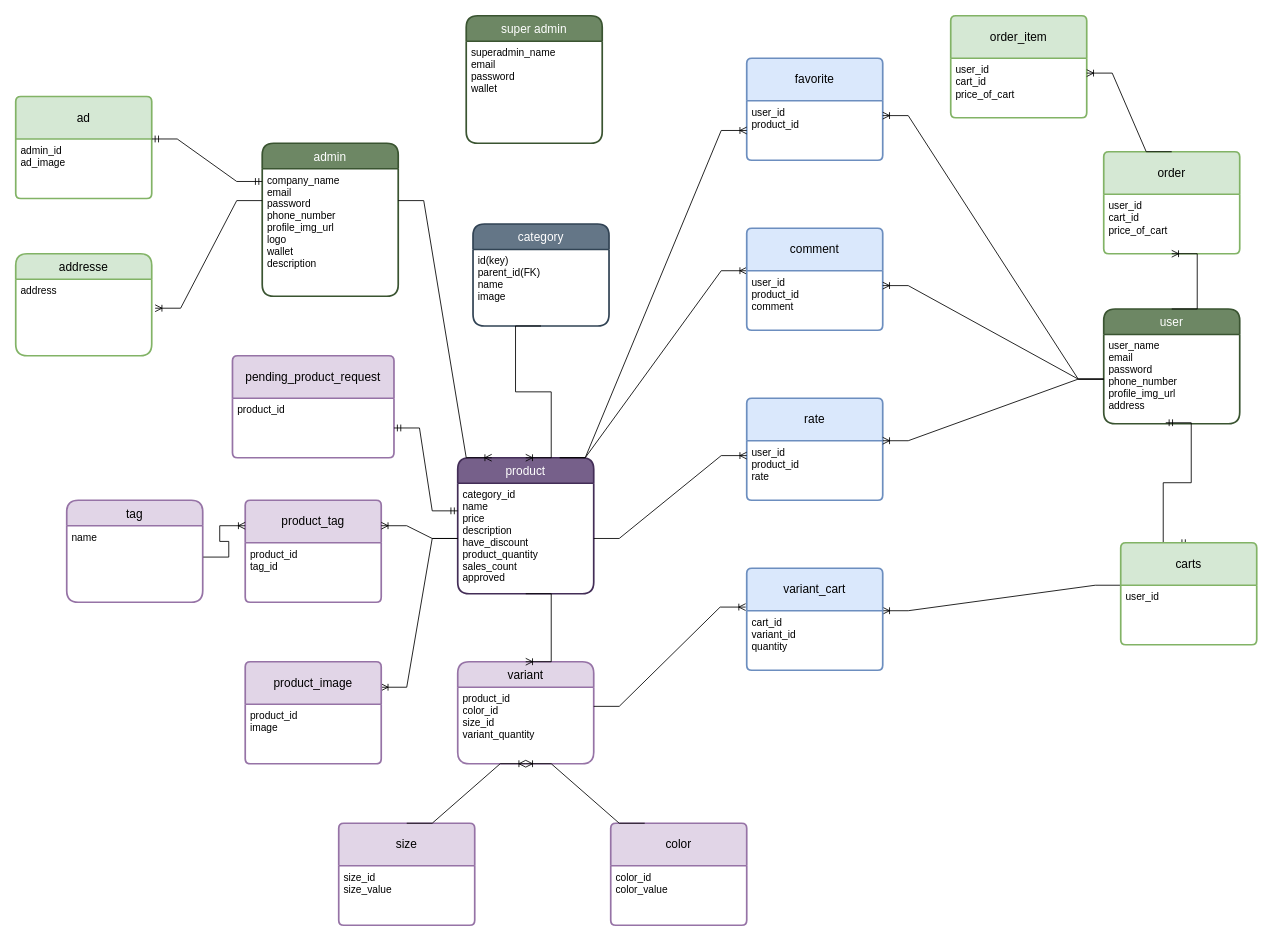
This is E-Commerce ERD.drawio from mhammad5015/E-Commerce_Project, a draw.io file, before an edit. Source tidied: cells renumbered, new cells numbered last; positions are measured from the earlier drawing's top-left corner, leaving out a move shared by most shapes. Both pictures are drawn from the tidied source at 85%, with x=0, y=0 at pixel (15, 15).
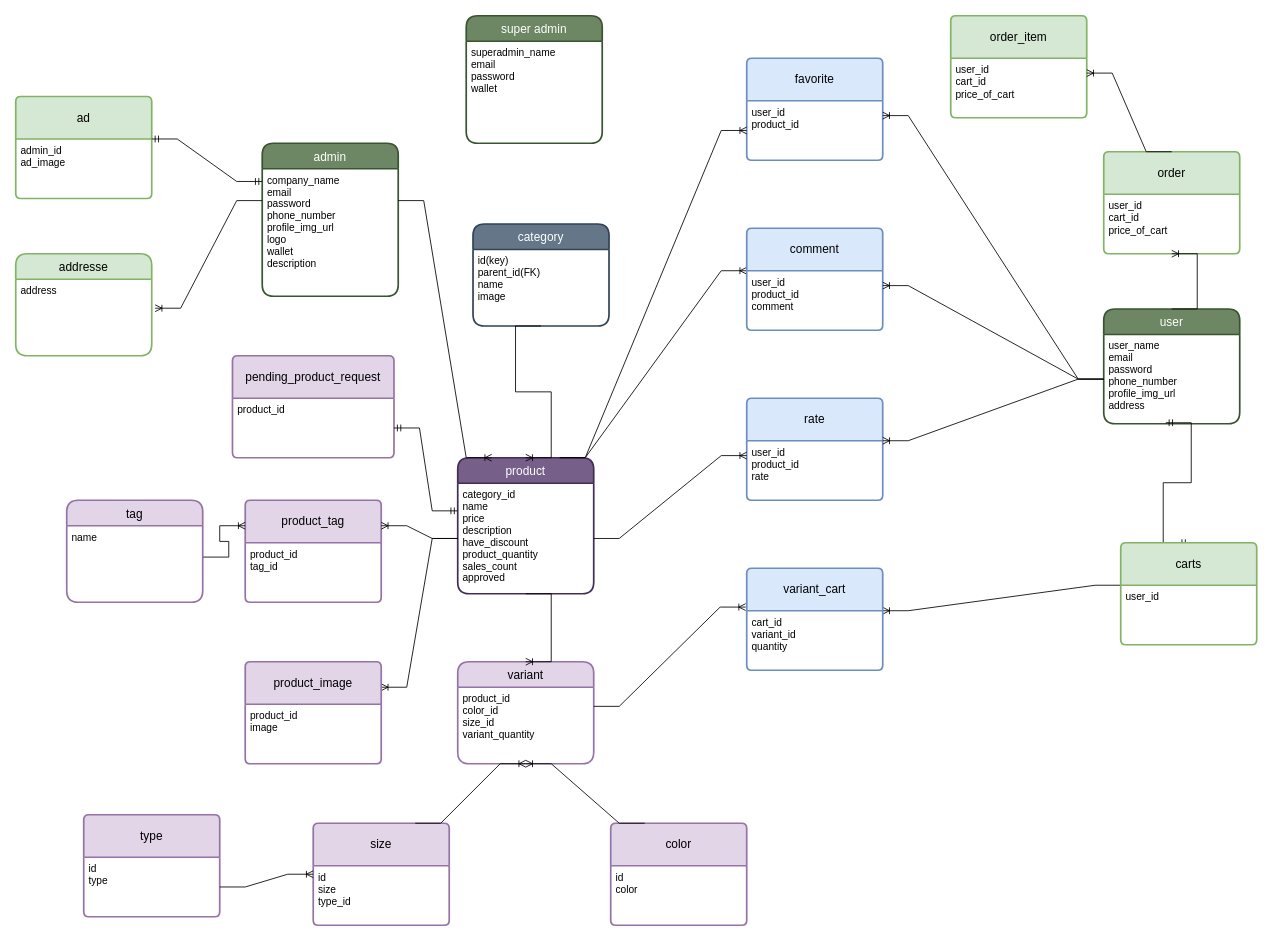
The same diagram, later.

The change refers to these unchanged cells:
```xml
<mxCell id="19" value="product_id&#10;color_id&#10;size_id&#10;variant_quantity" style="align=left;strokeColor=none;fillColor=none;spacingLeft=4;fontSize=12;verticalAlign=top;" parent="18" vertex="1">
  <mxGeometry y="30" width="160" height="90" as="geometry" />
</mxCell>
<mxCell id="42" value="color" style="swimlane;horizontal=1;startSize=50;rounded=1;fontSize=14;fontStyle=0;strokeWidth=2;shadow=0;dashed=0;align=center;arcSize=4;whiteSpace=wrap;html=1;fillColor=#e1d5e7;strokeColor=#9673a6;" parent="1" vertex="1">
  <mxGeometry x="700" y="950" width="160" height="120" as="geometry" />
</mxCell>
```

The edit, as a diff of the source:
```diff
@@
-    <mxCell id="43" value="color_id&lt;br&gt;color_value" style="align=left;strokeColor=none;fillColor=none;spacingLeft=4;fontSize=12;verticalAlign=top;html=1;" parent="42" vertex="1">
+    <mxCell id="43" value="id&lt;br&gt;color" style="align=left;strokeColor=none;fillColor=none;spacingLeft=4;fontSize=12;verticalAlign=top;html=1;" parent="42" vertex="1">
       <mxGeometry y="50" width="160" height="70" as="geometry" />
     </mxCell>
     <mxCell id="44" value="size" style="swimlane;horizontal=1;startSize=50;rounded=1;fontSize=14;fontStyle=0;strokeWidth=2;shadow=0;dashed=0;align=center;arcSize=4;whiteSpace=wrap;html=1;fillColor=#e1d5e7;strokeColor=#9673a6;" parent="1" vertex="1">
-      <mxGeometry x="380" y="950" width="160" height="120" as="geometry" />
+      <mxGeometry x="350" y="950" width="160" height="120" as="geometry" />
     </mxCell>
-    <mxCell id="45" value="size_id&lt;br&gt;size_value" style="align=left;strokeColor=none;fillColor=none;spacingLeft=4;fontSize=12;verticalAlign=top;html=1;" parent="44" vertex="1">
+    <mxCell id="45" value="id&lt;br&gt;size&lt;br&gt;type_id" style="align=left;strokeColor=none;fillColor=none;spacingLeft=4;fontSize=12;verticalAlign=top;html=1;" parent="44" vertex="1">
       <mxGeometry y="50" width="160" height="70" as="geometry" />
     </mxCell>
@@
-    <mxCell id="47" style="edgeStyle=entityRelationEdgeStyle;fontSize=12;html=1;endArrow=ERoneToMany;rounded=0;exitX=0.5;exitY=0;exitDx=0;exitDy=0;entryX=0.5;entryY=1;entryDx=0;entryDy=0;" parent="1" edge="1" source="44" target="19">
-      <mxGeometry relative="1" as="geometry" />
-    </mxCell>
@@
+    <mxCell id="68" value="type" style="swimlane;horizontal=1;startSize=50;rounded=1;fontSize=14;fontStyle=0;strokeWidth=2;shadow=0;dashed=0;align=center;arcSize=4;whiteSpace=wrap;html=1;fillColor=#e1d5e7;strokeColor=#9673a6;" parent="1" vertex="1">
+      <mxGeometry x="80" y="940" width="160" height="120" as="geometry" />
+    </mxCell>
+    <mxCell id="69" value="id&lt;br&gt;type" style="align=left;strokeColor=none;fillColor=none;spacingLeft=4;fontSize=12;verticalAlign=top;html=1;" parent="68" vertex="1">
+      <mxGeometry y="50" width="160" height="70" as="geometry" />
+    </mxCell>
+    <mxCell id="47" style="edgeStyle=entityRelationEdgeStyle;fontSize=12;html=1;endArrow=ERoneToMany;rounded=0;exitX=1;exitY=0.5;exitDx=0;exitDy=0;entryX=0;entryY=0.143;entryDx=0;entryDy=0;entryPerimeter=0;" parent="1" edge="1" source="69" target="45">
+      <mxGeometry relative="1" as="geometry" />
+    </mxCell>
+    <mxCell id="70" style="edgeStyle=entityRelationEdgeStyle;fontSize=12;html=1;endArrow=ERoneToMany;rounded=0;entryX=0.5;entryY=1;entryDx=0;entryDy=0;exitX=0.75;exitY=0;exitDx=0;exitDy=0;" parent="1" edge="1" source="44" target="19">
+      <mxGeometry relative="1" as="geometry" />
+    </mxCell>
```
